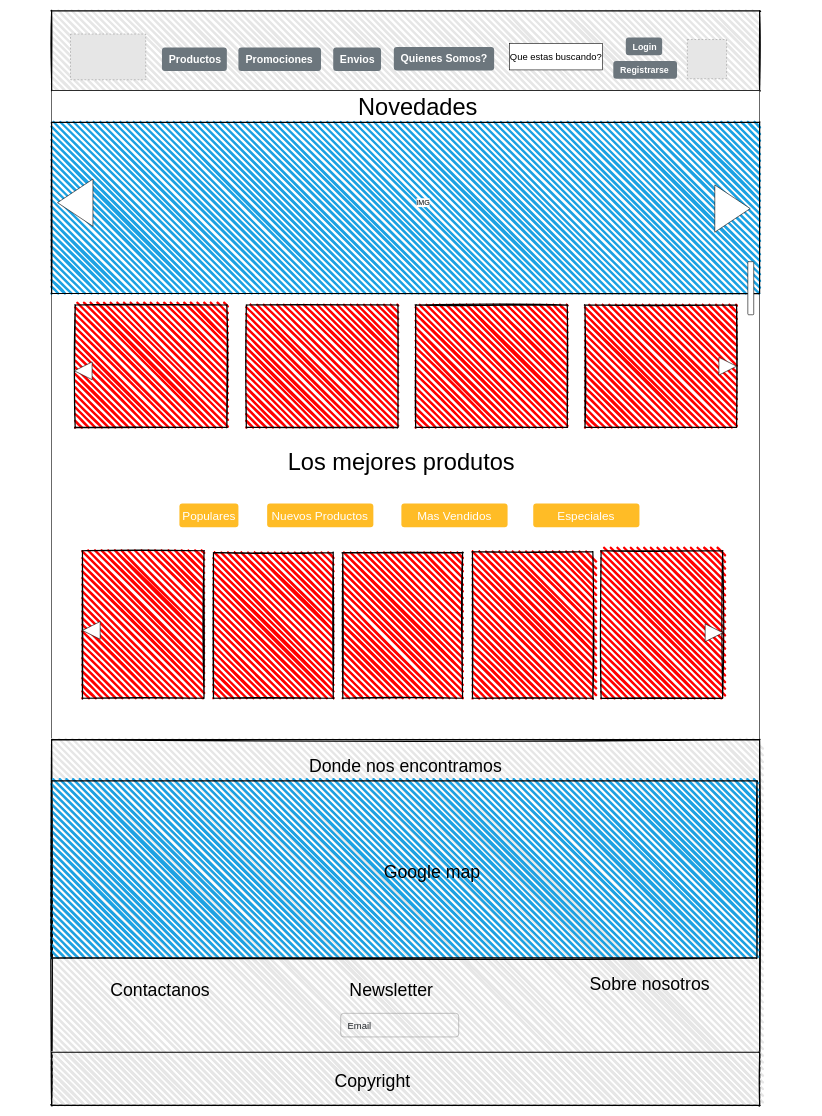
This is page "Page-1" (1 of 3) of Bocetos/Bocetos-de-Home/Home-1200.drawio from Evaristodantur/BierClub, a draw.io file, before an edit. Source tidied: cells renumbered, new cells numbered last; positions are measured from the earlier drawing's top-left corner, leaving out a move shared by most shapes. Both pictures are drawn from the tidied source at 59%, with x=0, y=0 at pixel (10, 11). Pictures stored in the file or linked from it are replaced by grey dashed boxes.
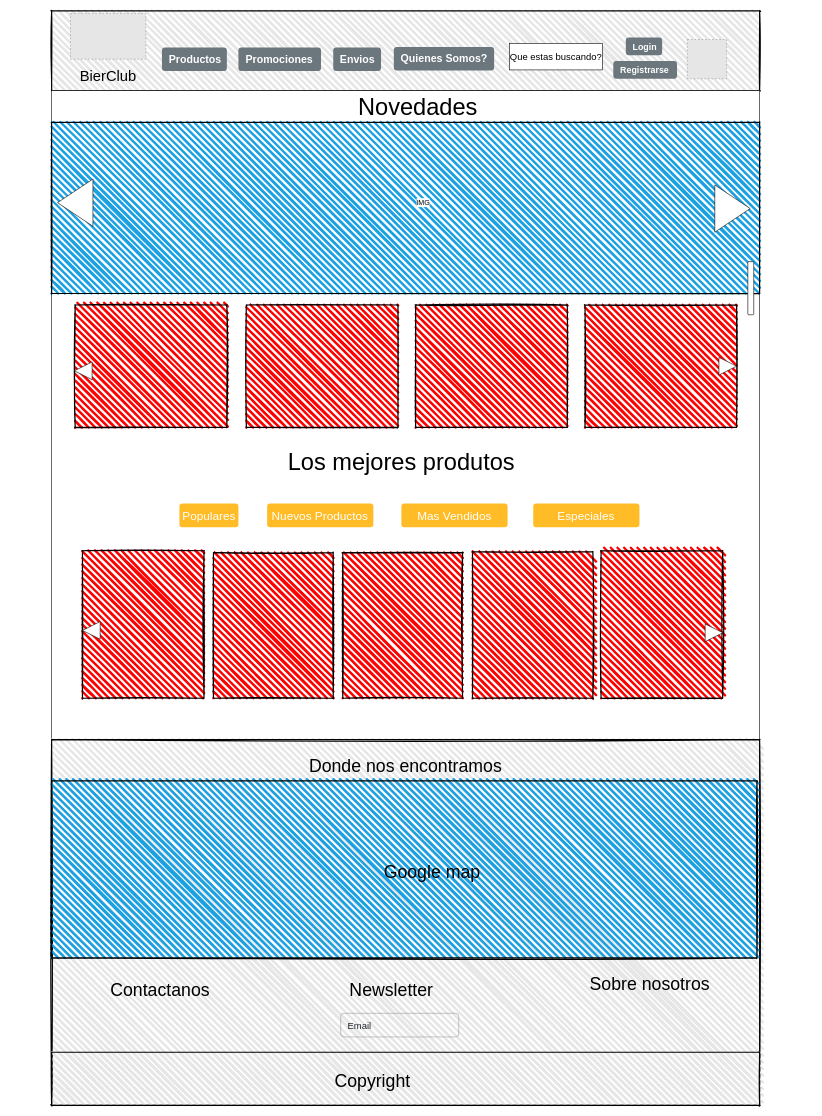
Above is the later version.

Change to the diagram source:
```diff
@@
     <mxCell id="11" style="fillColor=#E6E6E6;strokeColor=#999999;dashed=1;verticalLabelPosition=bottom;labelBackgroundColor=#ffffff;verticalAlign=top;" parent="1" vertex="1">
-      <mxGeometry x="102" y="39.2" width="127.5" height="77.5" as="geometry" />
+      <mxGeometry x="102" y="4.3" width="127.5" height="77.5" as="geometry" />
     </mxCell>
@@
+    <mxCell id="53" value="&lt;font style=&quot;font-size: 25px&quot;&gt;BierClub&lt;/font&gt;" style="text;html=1;strokeColor=none;fillColor=none;align=center;verticalAlign=middle;whiteSpace=wrap;rounded=0;fontSize=40;" parent="1" vertex="1">
+      <mxGeometry x="76.8" y="95" width="177.9" height="19.9" as="geometry" />
+    </mxCell>
```
